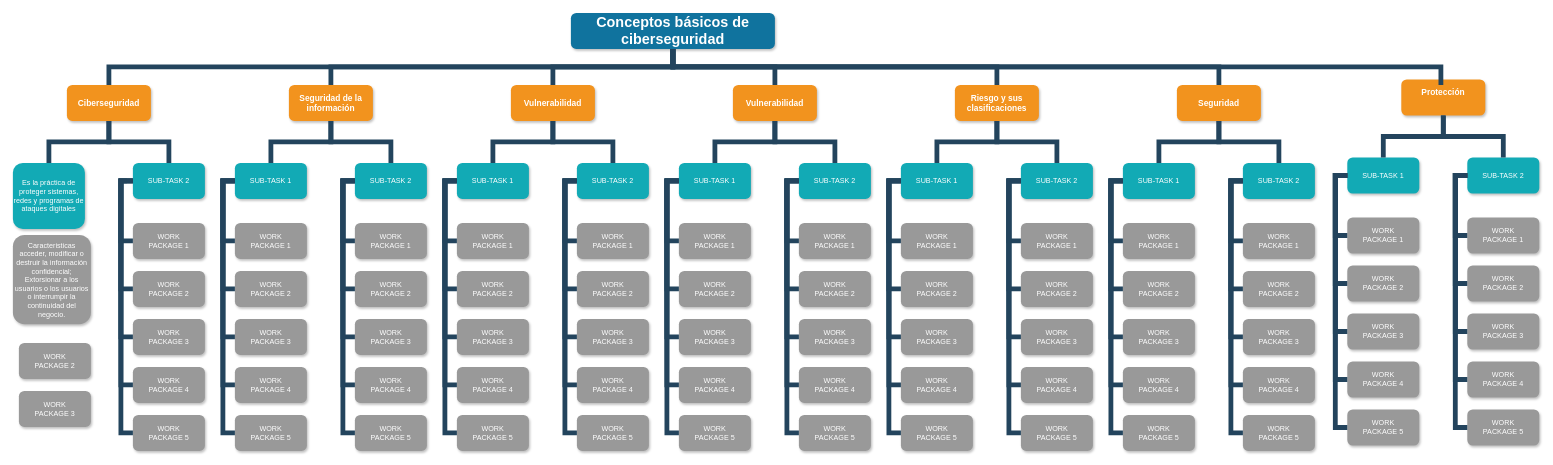
Before: page "Page-1" (1 of 2) of Diagrama sin título.drawio in AliOrtega/Diagramas, a draw.io diagram. Source tidied: cells renumbered, new cells numbered last; positions are measured from the earlier drawing's top-left corner, leaving out a move shared by most shapes. Both pictures are drawn from the tidied source at 60%, with x=0, y=0 at pixel (13, 13).
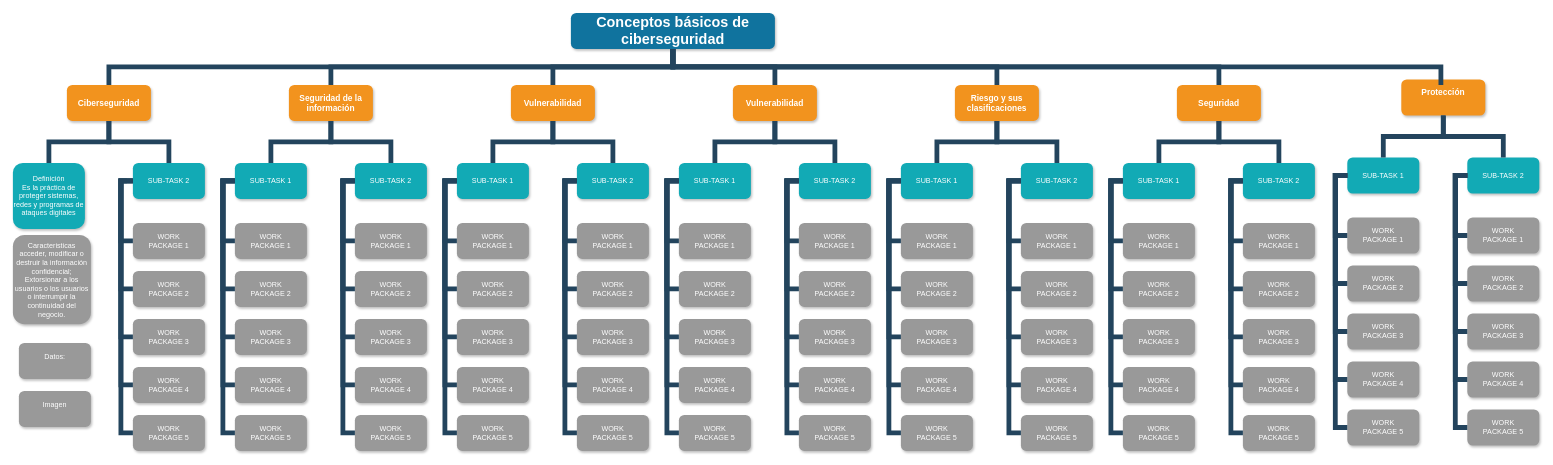
After the change.

Commit message:
Concepos básicos de seguridad

What changed in the source:
```diff
@@
-    <mxCell id="9" value="Es la práctica de proteger sistemas, redes y programas de ataques digitales" style="whiteSpace=wrap;rounded=1;fillColor=#12AAB5;strokeColor=none;shadow=1;fontColor=#FFFFFF;" parent="1" vertex="1">
+    <mxCell id="9" value="Definición&#10;Es la práctica de proteger sistemas, redes y programas de ataques digitales" style="whiteSpace=wrap;rounded=1;fillColor=#12AAB5;strokeColor=none;shadow=1;fontColor=#FFFFFF;" parent="1" vertex="1">
       <mxGeometry y="250" width="120" height="110" as="geometry" />
     </mxCell>
@@
-    <mxCell id="12" value="WORK&#10;PACKAGE 2" style="whiteSpace=wrap;rounded=1;fillColor=#999999;strokeColor=none;shadow=1;fontColor=#FFFFFF;fontStyle=0;" parent="1" vertex="1">
+    <mxCell id="12" value="Datos:&#10;" style="whiteSpace=wrap;rounded=1;fillColor=#999999;strokeColor=none;shadow=1;fontColor=#FFFFFF;fontStyle=0;" parent="1" vertex="1">
       <mxGeometry x="10" y="550" width="120" height="60" as="geometry" />
     </mxCell>
-    <mxCell id="13" value="WORK&#10;PACKAGE 3" style="whiteSpace=wrap;rounded=1;fillColor=#999999;strokeColor=none;shadow=1;fontColor=#FFFFFF;fontStyle=0;" parent="1" vertex="1">
+    <mxCell id="13" value="Imagen&#10;" style="whiteSpace=wrap;rounded=1;fillColor=#999999;strokeColor=none;shadow=1;fontColor=#FFFFFF;fontStyle=0;" parent="1" vertex="1">
       <mxGeometry x="10" y="630" width="120" height="60" as="geometry" />
     </mxCell>
```
